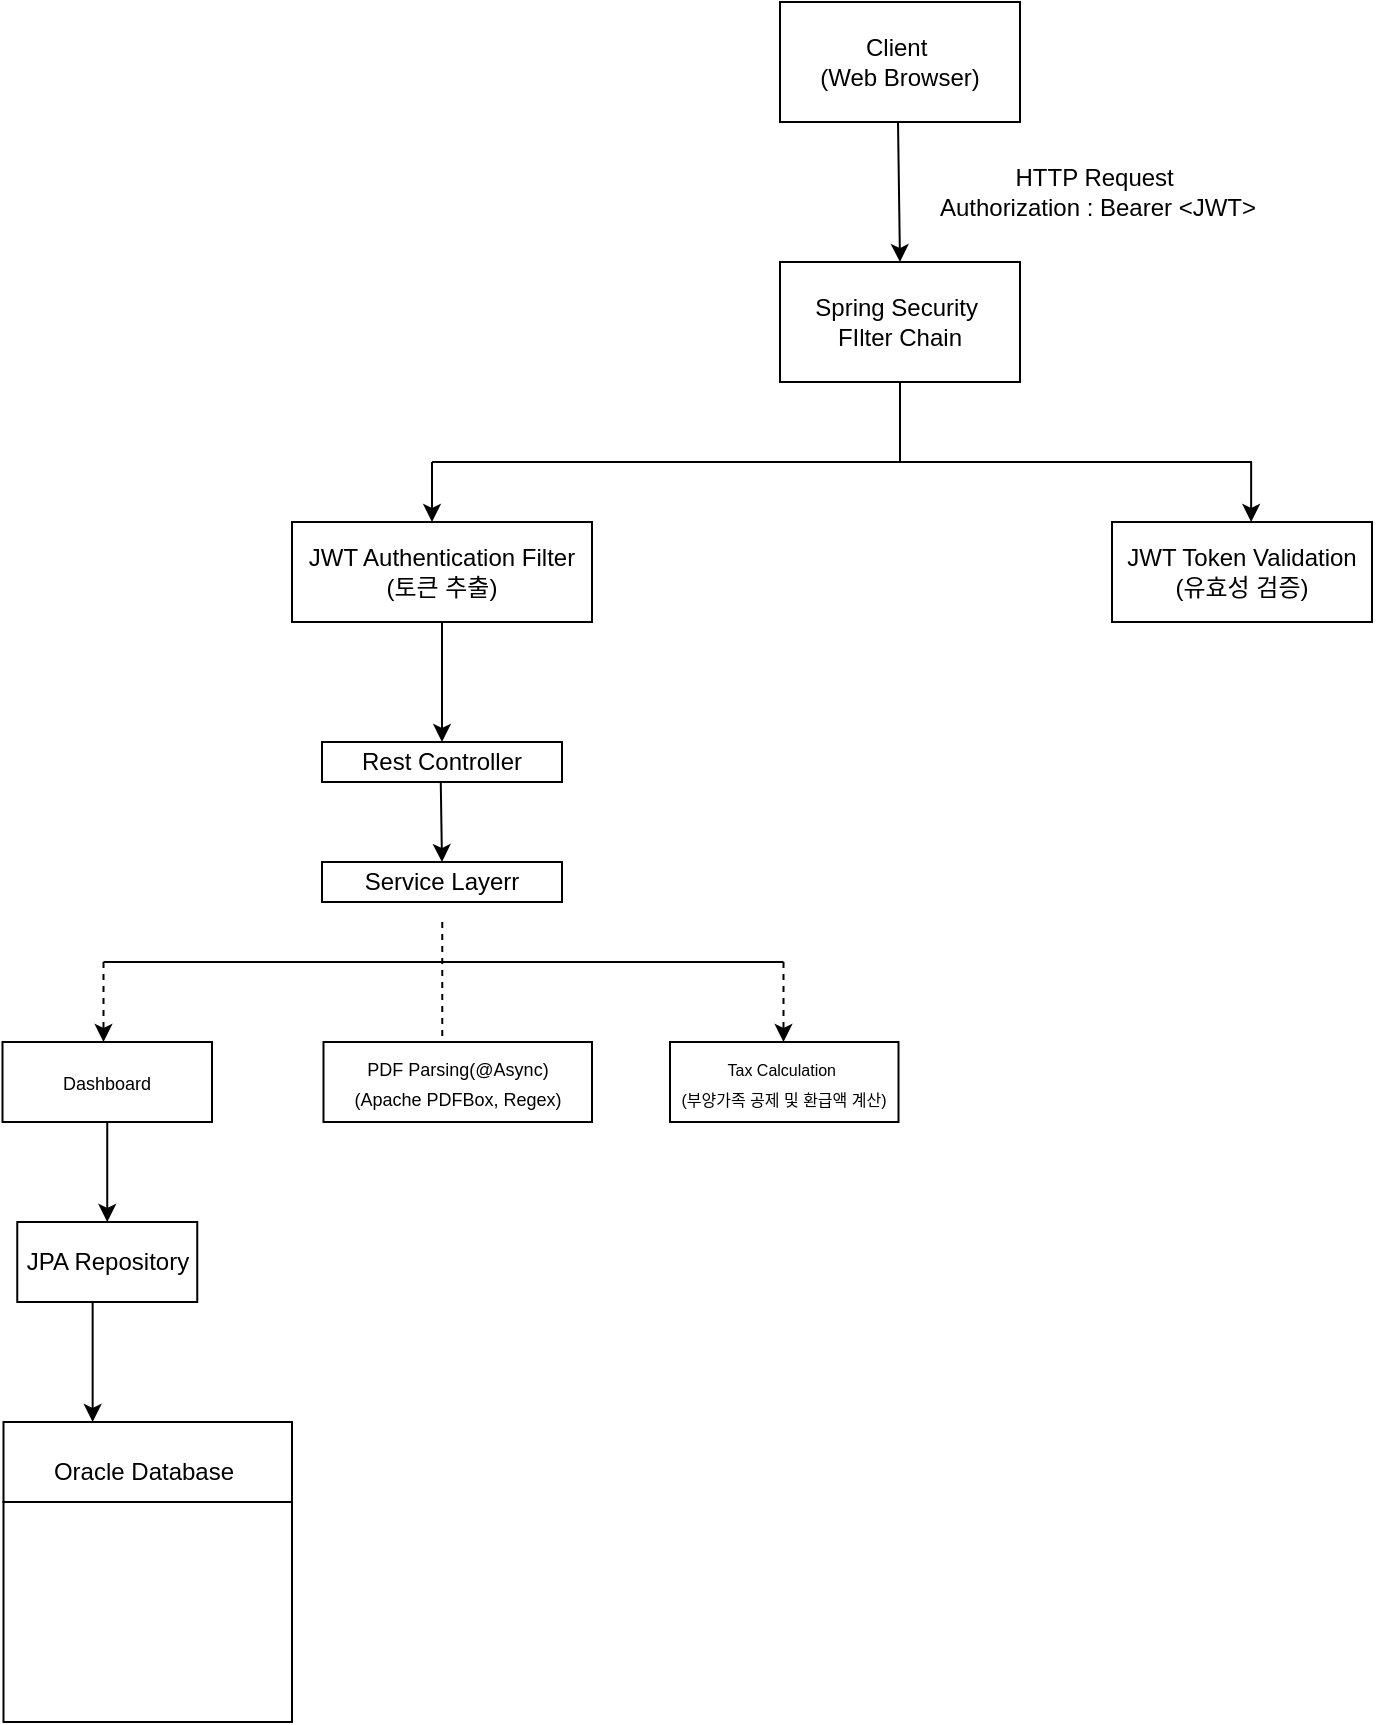
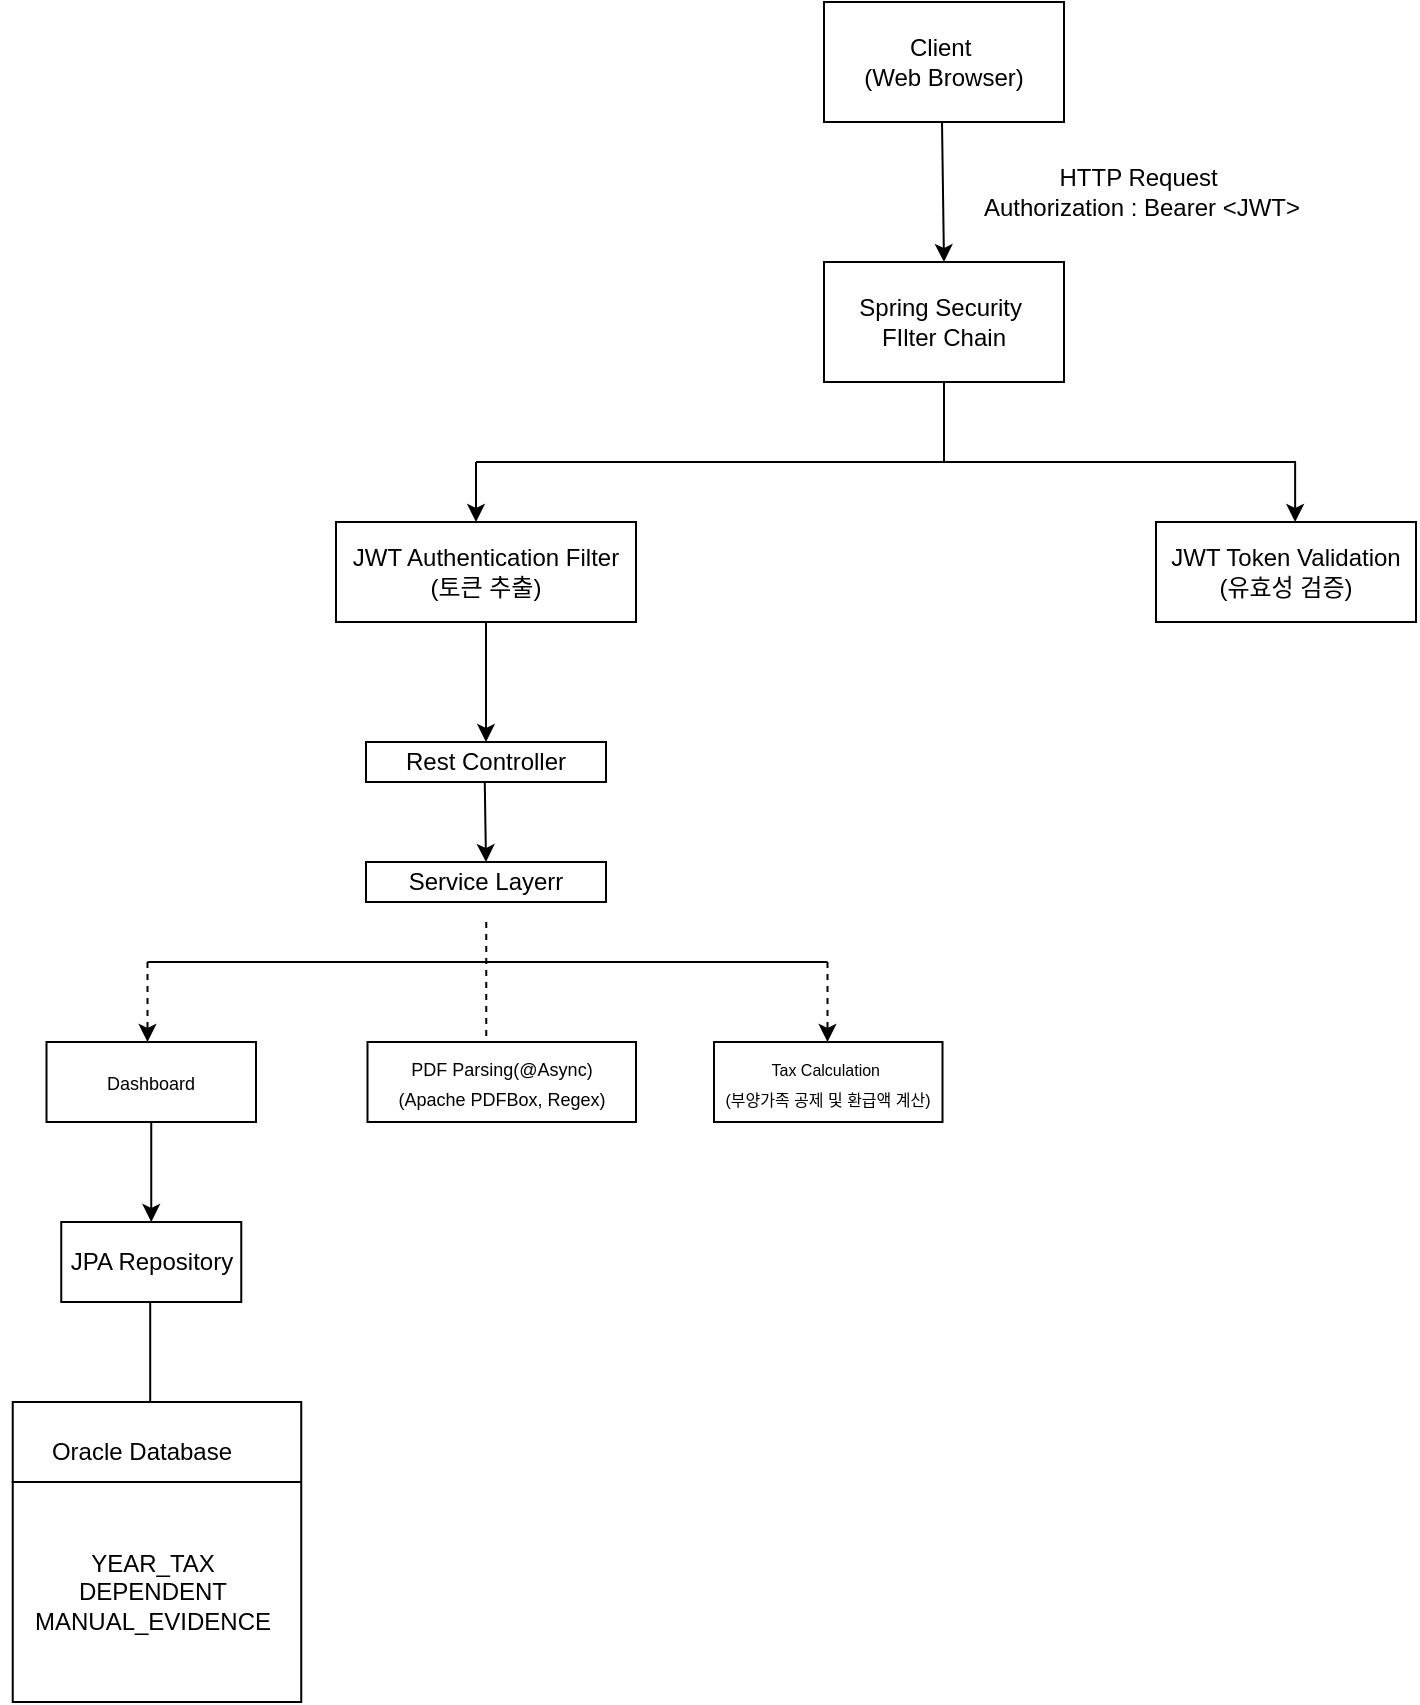
<mxfile host="app.diagrams.net" agent="Mozilla/5.0 (Windows NT 10.0; Win64; x64) AppleWebKit/537.36 (KHTML, like Gecko) Chrome/150.0.0.0 Safari/537.36" version="28.2.8">
  <diagram name="페이지-1" id="4kp-m6i04VOWGrunXJ56">
    <mxGraphModel dx="1924" dy="555" grid="1" gridSize="10" guides="1" tooltips="1" connect="1" arrows="1" fold="1" page="1" pageScale="1" pageWidth="827" pageHeight="1169" math="0" shadow="0">
      <root>
        <mxCell id="0" />
        <mxCell id="1" parent="0" />
        <mxCell id="VYmjPpiDpjrAah7BQ8Lu-1" value="Client&amp;nbsp;&lt;div&gt;(Web Browser)&lt;/div&gt;" style="rounded=0;whiteSpace=wrap;html=1;" parent="1" vertex="1">
          <mxGeometry x="354" y="20" width="120" height="60" as="geometry" />
        </mxCell>
        <mxCell id="wzky8q1Li_-igpvC3kRc-1" value="Spring Security&amp;nbsp;&lt;br&gt;FIlter Chain" style="rounded=0;whiteSpace=wrap;html=1;" vertex="1" parent="1">
          <mxGeometry x="354" y="150" width="120" height="60" as="geometry" />
        </mxCell>
        <mxCell id="wzky8q1Li_-igpvC3kRc-2" value="" style="endArrow=classic;html=1;rounded=0;entryX=0.5;entryY=0;entryDx=0;entryDy=0;" edge="1" parent="1" target="wzky8q1Li_-igpvC3kRc-1">
          <mxGeometry width="50" height="50" relative="1" as="geometry">
            <mxPoint x="413" y="80" as="sourcePoint" />
            <mxPoint x="463" y="30" as="targetPoint" />
          </mxGeometry>
        </mxCell>
        <mxCell id="wzky8q1Li_-igpvC3kRc-3" value="HTTP Request&amp;nbsp;&lt;div&gt;Authorization : Bearer &amp;lt;JWT&amp;gt;&lt;/div&gt;" style="text;html=1;whiteSpace=wrap;strokeColor=none;fillColor=none;align=center;verticalAlign=middle;rounded=0;" vertex="1" parent="1">
          <mxGeometry x="430" y="100" width="166" height="30" as="geometry" />
        </mxCell>
        <mxCell id="wzky8q1Li_-igpvC3kRc-5" value="" style="endArrow=none;html=1;rounded=0;entryX=0.5;entryY=1;entryDx=0;entryDy=0;" edge="1" parent="1" target="wzky8q1Li_-igpvC3kRc-1">
          <mxGeometry width="50" height="50" relative="1" as="geometry">
            <mxPoint x="414" y="250" as="sourcePoint" />
            <mxPoint x="460" y="240" as="targetPoint" />
          </mxGeometry>
        </mxCell>
        <mxCell id="wzky8q1Li_-igpvC3kRc-7" value="" style="endArrow=none;html=1;rounded=0;" edge="1" parent="1">
          <mxGeometry width="50" height="50" relative="1" as="geometry">
            <mxPoint x="180" y="250" as="sourcePoint" />
            <mxPoint x="590" y="250" as="targetPoint" />
          </mxGeometry>
        </mxCell>
        <mxCell id="wzky8q1Li_-igpvC3kRc-9" value="" style="endArrow=classic;html=1;rounded=0;" edge="1" parent="1">
          <mxGeometry width="50" height="50" relative="1" as="geometry">
            <mxPoint x="180" y="250" as="sourcePoint" />
            <mxPoint x="180" y="280" as="targetPoint" />
          </mxGeometry>
        </mxCell>
        <mxCell id="wzky8q1Li_-igpvC3kRc-10" value="JWT Authentication Filter&lt;div&gt;(토큰 추출)&lt;/div&gt;" style="rounded=0;whiteSpace=wrap;html=1;" vertex="1" parent="1">
          <mxGeometry x="110" y="280" width="150" height="50" as="geometry" />
        </mxCell>
        <mxCell id="wzky8q1Li_-igpvC3kRc-11" value="" style="endArrow=classic;html=1;rounded=0;" edge="1" parent="1">
          <mxGeometry width="50" height="50" relative="1" as="geometry">
            <mxPoint x="589.57" y="250" as="sourcePoint" />
            <mxPoint x="589.57" y="280" as="targetPoint" />
          </mxGeometry>
        </mxCell>
        <mxCell id="wzky8q1Li_-igpvC3kRc-12" value="JWT Token Validation&lt;div&gt;(유효성 검증)&lt;/div&gt;" style="rounded=0;whiteSpace=wrap;html=1;" vertex="1" parent="1">
          <mxGeometry x="520" y="280" width="130" height="50" as="geometry" />
        </mxCell>
        <mxCell id="wzky8q1Li_-igpvC3kRc-13" value="" style="endArrow=classic;html=1;rounded=0;exitX=0.5;exitY=1;exitDx=0;exitDy=0;entryX=0.5;entryY=0;entryDx=0;entryDy=0;" edge="1" parent="1" source="wzky8q1Li_-igpvC3kRc-10" target="wzky8q1Li_-igpvC3kRc-14">
          <mxGeometry width="50" height="50" relative="1" as="geometry">
            <mxPoint x="180" y="340" as="sourcePoint" />
            <mxPoint x="185" y="380" as="targetPoint" />
          </mxGeometry>
        </mxCell>
        <mxCell id="wzky8q1Li_-igpvC3kRc-14" value="Rest Controller" style="rounded=0;whiteSpace=wrap;html=1;" vertex="1" parent="1">
          <mxGeometry x="125" y="390" width="120" height="20" as="geometry" />
        </mxCell>
        <mxCell id="wzky8q1Li_-igpvC3kRc-16" value="" style="endArrow=classic;html=1;rounded=0;dashed=1;" edge="1" parent="1">
          <mxGeometry width="50" height="50" relative="1" as="geometry">
            <mxPoint x="185.13" y="480" as="sourcePoint" />
            <mxPoint x="185.13" y="550" as="targetPoint" />
          </mxGeometry>
        </mxCell>
        <mxCell id="wzky8q1Li_-igpvC3kRc-17" value="" style="endArrow=none;html=1;rounded=0;" edge="1" parent="1">
          <mxGeometry width="50" height="50" relative="1" as="geometry">
            <mxPoint x="15.75" y="500" as="sourcePoint" />
            <mxPoint x="355.75" y="500" as="targetPoint" />
          </mxGeometry>
        </mxCell>
        <mxCell id="wzky8q1Li_-igpvC3kRc-18" value="" style="endArrow=classic;html=1;rounded=0;dashed=1;" edge="1" parent="1">
          <mxGeometry width="50" height="50" relative="1" as="geometry">
            <mxPoint x="15.75" y="500" as="sourcePoint" />
            <mxPoint x="15.75" y="540" as="targetPoint" />
          </mxGeometry>
        </mxCell>
        <mxCell id="wzky8q1Li_-igpvC3kRc-19" value="" style="endArrow=classic;html=1;rounded=0;dashed=1;" edge="1" parent="1">
          <mxGeometry width="50" height="50" relative="1" as="geometry">
            <mxPoint x="355.75" y="500" as="sourcePoint" />
            <mxPoint x="355.75" y="540" as="targetPoint" />
          </mxGeometry>
        </mxCell>
        <mxCell id="wzky8q1Li_-igpvC3kRc-20" value="&lt;font style=&quot;font-size: 9px;&quot;&gt;Dashboard&lt;/font&gt;" style="rounded=0;whiteSpace=wrap;html=1;" vertex="1" parent="1">
          <mxGeometry x="-34.75" y="540" width="104.75" height="40" as="geometry" />
        </mxCell>
        <mxCell id="wzky8q1Li_-igpvC3kRc-21" value="&lt;font style=&quot;font-size: 9px;&quot;&gt;PDF Parsing(@Async)&lt;/font&gt;&lt;div&gt;&lt;font style=&quot;font-size: 9px;&quot;&gt;(Apache PDFBox, Regex)&lt;/font&gt;&lt;/div&gt;" style="rounded=0;whiteSpace=wrap;html=1;" vertex="1" parent="1">
          <mxGeometry x="125.75" y="540" width="134.25" height="40" as="geometry" />
        </mxCell>
        <mxCell id="wzky8q1Li_-igpvC3kRc-22" value="&lt;font style=&quot;font-size: 8px;&quot;&gt;Tax Calculation&amp;nbsp;&lt;/font&gt;&lt;div&gt;&lt;font style=&quot;font-size: 8px;&quot;&gt;(부양가족 공제 및 환급액 계산)&lt;/font&gt;&lt;/div&gt;" style="rounded=0;whiteSpace=wrap;html=1;" vertex="1" parent="1">
          <mxGeometry x="299" y="540" width="114.25" height="40" as="geometry" />
        </mxCell>
        <mxCell id="wzky8q1Li_-igpvC3kRc-23" value="" style="endArrow=classic;html=1;rounded=0;exitX=0.5;exitY=1;exitDx=0;exitDy=0;entryX=0.5;entryY=0;entryDx=0;entryDy=0;" edge="1" parent="1" source="wzky8q1Li_-igpvC3kRc-20" target="wzky8q1Li_-igpvC3kRc-24">
          <mxGeometry width="50" height="50" relative="1" as="geometry">
            <mxPoint x="-24.25" y="660" as="sourcePoint" />
            <mxPoint x="9.75" y="630" as="targetPoint" />
            <Array as="points" />
          </mxGeometry>
        </mxCell>
        <mxCell id="wzky8q1Li_-igpvC3kRc-24" value="JPA Repository" style="rounded=0;whiteSpace=wrap;html=1;" vertex="1" parent="1">
          <mxGeometry x="-27.37" y="630" width="90" height="40" as="geometry" />
        </mxCell>
        <mxCell id="wzky8q1Li_-igpvC3kRc-25" value="" style="endArrow=classic;html=1;rounded=0;exitX=0.5;exitY=1;exitDx=0;exitDy=0;" edge="1" parent="1">
          <mxGeometry width="50" height="50" relative="1" as="geometry">
-             <mxPoint x="10.319999999999993" y="670" as="sourcePoint" />
-             <mxPoint x="10.319999999999993" y="730" as="targetPoint" />
+             <mxPoint x="17.099999999999994" y="670" as="sourcePoint" />
+             <mxPoint x="17.099999999999994" y="730" as="targetPoint" />
            <Array as="points" />
          </mxGeometry>
        </mxCell>
        <mxCell id="wzky8q1Li_-igpvC3kRc-26" value="" style="rounded=0;whiteSpace=wrap;html=1;" vertex="1" parent="1">
-           <mxGeometry x="-34.25" y="730" width="144.25" height="150" as="geometry" />
+           <mxGeometry x="-51.629999999999995" y="720" width="144.25" height="150" as="geometry" />
        </mxCell>
        <mxCell id="wzky8q1Li_-igpvC3kRc-28" value="Service Layerr" style="rounded=0;whiteSpace=wrap;html=1;" vertex="1" parent="1">
          <mxGeometry x="125" y="450" width="120" height="20" as="geometry" />
        </mxCell>
        <mxCell id="wzky8q1Li_-igpvC3kRc-29" value="" style="endArrow=classic;html=1;rounded=0;exitX=0.5;exitY=1;exitDx=0;exitDy=0;entryX=0.5;entryY=0;entryDx=0;entryDy=0;" edge="1" parent="1" target="wzky8q1Li_-igpvC3kRc-28">
          <mxGeometry width="50" height="50" relative="1" as="geometry">
            <mxPoint x="184.38" y="410" as="sourcePoint" />
            <mxPoint x="184.38" y="470" as="targetPoint" />
          </mxGeometry>
        </mxCell>
        <mxCell id="wzky8q1Li_-igpvC3kRc-30" value="" style="endArrow=none;html=1;rounded=0;" edge="1" parent="1">
          <mxGeometry width="50" height="50" relative="1" as="geometry">
-             <mxPoint x="-34.75" y="770" as="sourcePoint" />
-             <mxPoint x="110" y="770" as="targetPoint" />
+             <mxPoint x="-52.129999999999995" y="760" as="sourcePoint" />
+             <mxPoint x="92.62" y="760" as="targetPoint" />
          </mxGeometry>
        </mxCell>
        <mxCell id="wzky8q1Li_-igpvC3kRc-31" value="Oracle Database" style="text;html=1;whiteSpace=wrap;strokeColor=none;fillColor=none;align=center;verticalAlign=middle;rounded=0;" vertex="1" parent="1">
-           <mxGeometry x="-34.25" y="740" width="140" height="30" as="geometry" />
+           <mxGeometry x="-57.38000000000001" y="730" width="140" height="30" as="geometry" />
+         </mxCell>
+         <mxCell id="wzky8q1Li_-igpvC3kRc-32" value="YEAR_TAX&lt;div&gt;DEPENDENT&lt;/div&gt;&lt;div&gt;MANUAL_EVIDENCE&lt;/div&gt;" style="text;html=1;whiteSpace=wrap;strokeColor=none;fillColor=none;align=center;verticalAlign=middle;rounded=0;" vertex="1" parent="1">
+           <mxGeometry x="-44.75" y="770" width="127.37" height="90" as="geometry" />
        </mxCell>
      </root>
    </mxGraphModel>
  </diagram>
</mxfile>
